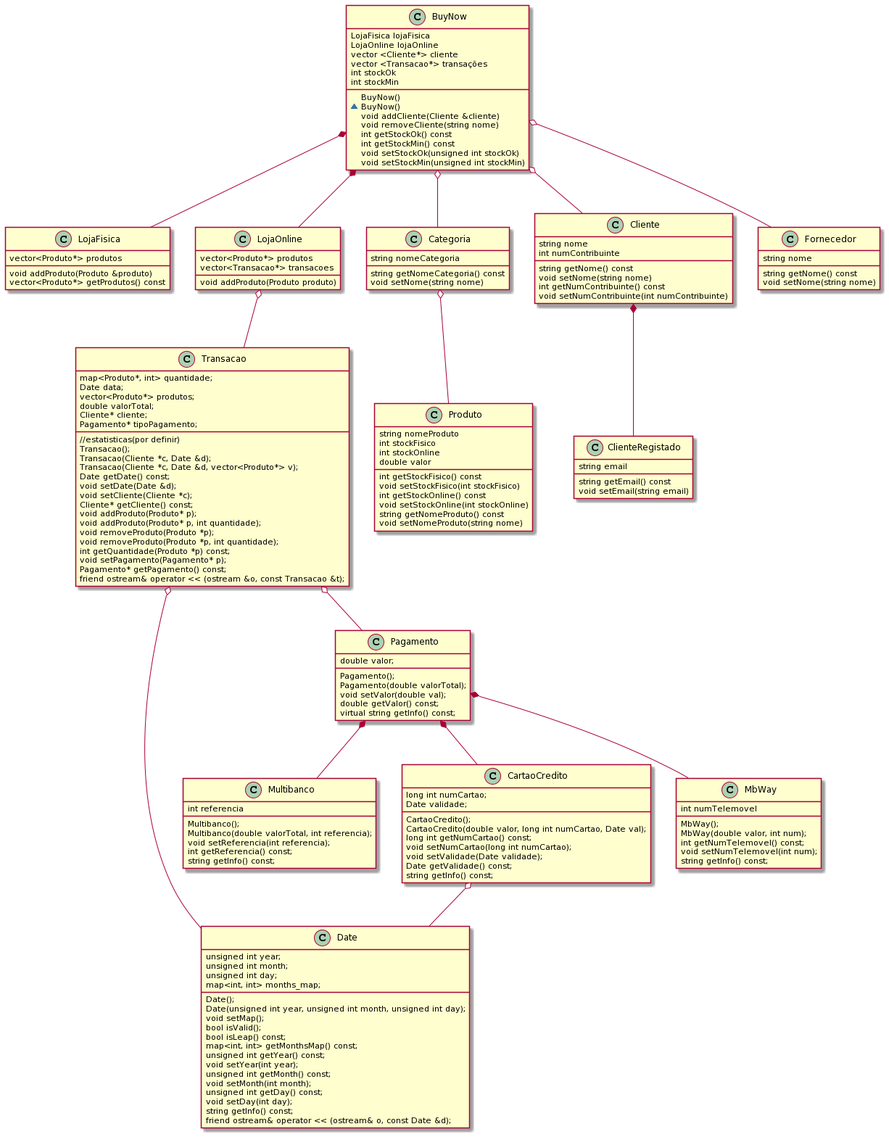
ruialves35/Projeto-AEDA keeps this PlantUML diagram as Diagrama Classes e Site/DiagramaClasses.png. Above is the earlier version.
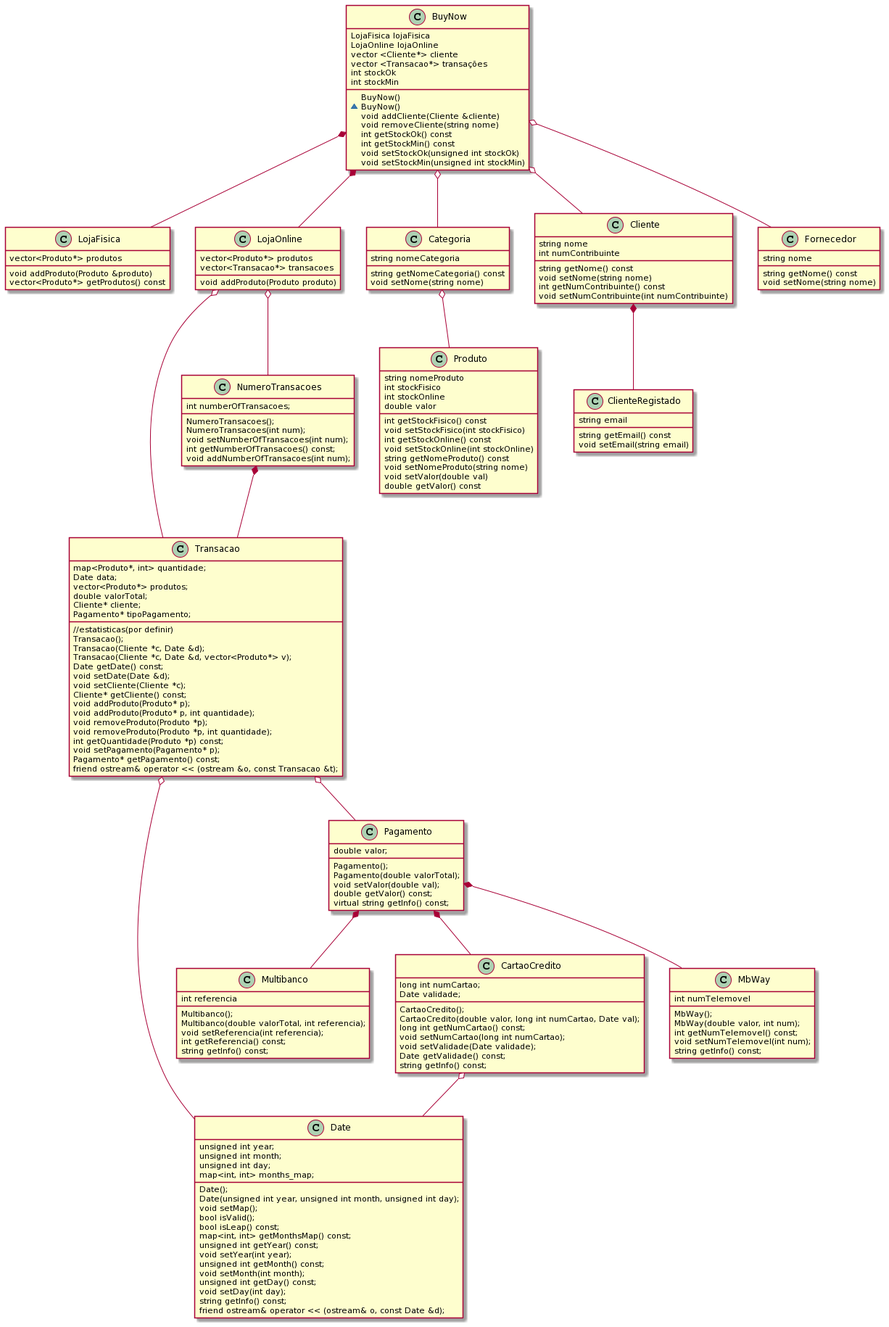
The same diagram one commit later.

Diff of the diagram source:
```diff
@@ -130,6 +130,8 @@
    void setStockOnline(int stockOnline)
    string getNomeProduto() const
    void setNomeProduto(string nome)
+    void setValor(double val)
+    double getValor() const
 }
 
 class Cliente{
@@ -166,6 +168,16 @@
     virtual string getInfo() const;
 }
 
+class NumeroTransacoes{
+    int numberOfTransacoes;
+
+    NumeroTransacoes();
+    NumeroTransacoes(int num);
+    void setNumberOfTransacoes(int num);
+    int getNumberOfTransacoes() const;
+    void addNumberOfTransacoes(int num);
+}
+
 BuyNow *-- LojaFisica
 BuyNow *-- LojaOnline
 BuyNow o-- Categoria
@@ -173,11 +185,13 @@
 BuyNow o-- Fornecedor
 Categoria o-- Produto
 LojaOnline o-- Transacao
+LojaOnline o--NumeroTransacoes
 Pagamento*-- MbWay
 Pagamento*-- CartaoCredito
 Pagamento*-- Multibanco
 Transacao o-- Date
 Transacao o-- Pagamento
+NumeroTransacoes *-- Transacao
 CartaoCredito o-- Date
 Cliente *-- ClienteRegistado
 @enduml
```
